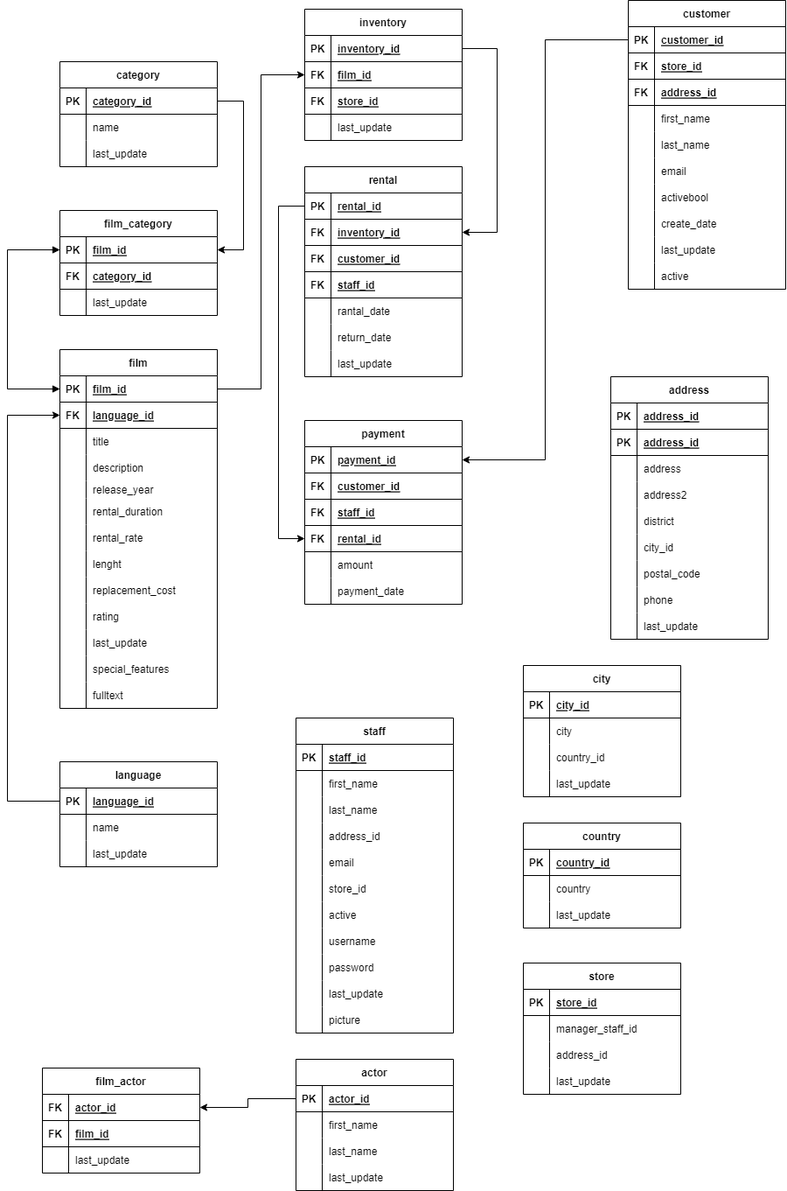
This is DVD Rental ER Model.drawio.png from MarianSulik/DE_diagrams, a draw.io export, as it was before one commit. Source tidied: cells renumbered, new cells last; positions are measured from the earlier drawing's top-left corner, leaving out a move shared by most shapes.
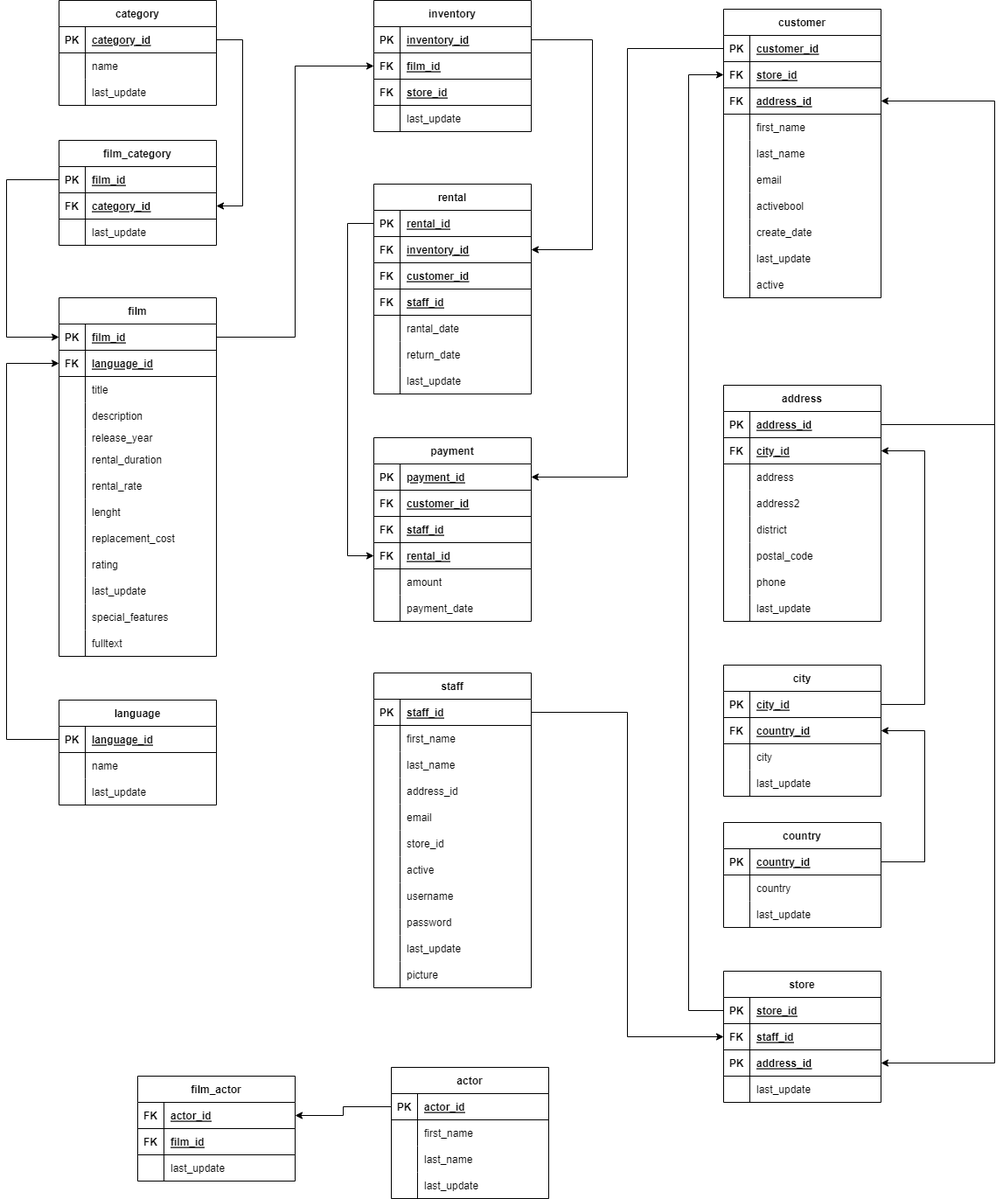
The same file after the commit.

The edit, as a diff of the source:
```diff
@@ -5,3 +5,3 @@
     <mxCell id="2" value="category" style="shape=table;startSize=30;rowLines=0;fontStyle=1;align=center;" parent="1" vertex="1">
-      <mxGeometry x="60" y="70" width="180" height="120" as="geometry" />
+      <mxGeometry x="-50" y="-10" width="180" height="120" as="geometry" />
     </mxCell>
@@ -35,3 +35,3 @@
     <mxCell id="12" value="film_category" style="shape=table;startSize=30;rowLines=0;fontStyle=1;align=center;" parent="1" vertex="1">
-      <mxGeometry x="60" y="240" width="180" height="120" as="geometry" />
+      <mxGeometry x="-50" y="150" width="180" height="120" as="geometry" />
     </mxCell>
@@ -65,3 +65,3 @@
     <mxCell id="22" value="language" style="shape=table;startSize=30;rowLines=0;fontStyle=1;align=center;" parent="1" vertex="1">
-      <mxGeometry x="60" y="870" width="180" height="120" as="geometry" />
+      <mxGeometry x="-50" y="790" width="180" height="120" as="geometry" />
     </mxCell>
@@ -95,3 +95,3 @@
     <mxCell id="32" value="film" style="shape=table;startSize=30;rowLines=0;fontStyle=1;align=center;" parent="1" vertex="1">
-      <mxGeometry x="60" y="399" width="180" height="410" as="geometry" />
+      <mxGeometry x="-50" y="330" width="180" height="410" as="geometry" />
     </mxCell>
@@ -245,3 +245,3 @@
     <mxCell id="82" value="inventory" style="shape=table;startSize=30;rowLines=0;fontStyle=1;align=center;" parent="1" vertex="1">
-      <mxGeometry x="340" y="10" width="180" height="150" as="geometry" />
+      <mxGeometry x="310" y="-10" width="180" height="150" as="geometry" />
     </mxCell>
@@ -284,3 +284,3 @@
     <mxCell id="95" value="rental" style="shape=table;startSize=30;rowLines=0;fontStyle=1;align=center;" parent="1" vertex="1">
-      <mxGeometry x="340" y="190" width="180" height="240" as="geometry" />
+      <mxGeometry x="310" y="200" width="180" height="240" as="geometry" />
     </mxCell>
@@ -350,3 +350,3 @@
     <mxCell id="117" value="payment" style="shape=table;startSize=30;rowLines=0;fontStyle=1;align=center;" parent="1" vertex="1">
-      <mxGeometry x="340" y="480" width="180" height="210" as="geometry" />
+      <mxGeometry x="310" y="490" width="180" height="210" as="geometry" />
     </mxCell>
@@ -407,3 +407,3 @@
     <mxCell id="136" value="staff" style="shape=table;startSize=30;rowLines=0;fontStyle=1;align=center;" parent="1" vertex="1">
-      <mxGeometry x="330" y="820" width="180" height="360" as="geometry" />
+      <mxGeometry x="310" y="759" width="180" height="360" as="geometry" />
     </mxCell>
@@ -641,22 +641,22 @@
     <mxCell id="214" value="address" style="shape=table;startSize=30;rowLines=0;fontStyle=1;align=center;" parent="1" vertex="1">
-      <mxGeometry x="690" y="430" width="180" height="300" as="geometry" />
+      <mxGeometry x="710" y="430" width="180" height="270" as="geometry" />
     </mxCell>
+    <mxCell id="286" style="shape=tableRow;horizontal=0;startSize=0;swimlaneHead=0;swimlaneBody=0;fillColor=none;points=[[0,0.5],[1,0.5]];portConstraint=eastwest;top=0;left=0;right=0;bottom=1;" parent="214" vertex="1">
+      <mxGeometry y="30" width="180" height="30" as="geometry" />
+    </mxCell>
+    <mxCell id="287" value="PK" style="shape=partialRectangle;fillColor=none;top=0;left=0;bottom=0;right=0;fontStyle=1;overflow=hidden;" parent="286" vertex="1">
+      <mxGeometry width="30" height="30" as="geometry" />
+    </mxCell>
+    <mxCell id="288" value="address_id" style="shape=partialRectangle;fillColor=none;top=0;left=0;bottom=0;right=0;align=left;spacingLeft=6;fontStyle=5;overflow=hidden;" parent="286" vertex="1">
+      <mxGeometry x="30" width="150" height="30" as="geometry" />
+    </mxCell>
     <mxCell id="215" style="shape=tableRow;horizontal=0;startSize=0;swimlaneHead=0;swimlaneBody=0;fillColor=none;points=[[0,0.5],[1,0.5]];portConstraint=eastwest;top=0;left=0;right=0;bottom=1;" parent="214" vertex="1">
-      <mxGeometry y="30" width="180" height="30" as="geometry" />
+      <mxGeometry y="60" width="180" height="30" as="geometry" />
     </mxCell>
-    <mxCell id="216" value="PK" style="shape=partialRectangle;fillColor=none;top=0;left=0;bottom=0;right=0;fontStyle=1;overflow=hidden;" parent="215" vertex="1">
+    <mxCell id="216" value="FK" style="shape=partialRectangle;fillColor=none;top=0;left=0;bottom=0;right=0;fontStyle=1;overflow=hidden;" parent="215" vertex="1">
       <mxGeometry width="30" height="30" as="geometry" />
     </mxCell>
-    <mxCell id="217" value="address_id" style="shape=partialRectangle;fillColor=none;top=0;left=0;bottom=0;right=0;align=left;spacingLeft=6;fontStyle=5;overflow=hidden;" parent="215" vertex="1">
+    <mxCell id="217" value="city_id" style="shape=partialRectangle;fillColor=none;top=0;left=0;bottom=0;right=0;align=left;spacingLeft=6;fontStyle=5;overflow=hidden;" parent="215" vertex="1">
       <mxGeometry x="30" width="150" height="30" as="geometry" />
     </mxCell>
-    <mxCell id="218" style="shape=tableRow;horizontal=0;startSize=0;swimlaneHead=0;swimlaneBody=0;fillColor=none;top=0;left=0;right=0;bottom=1;" parent="214" vertex="1">
-      <mxGeometry y="60" width="180" height="30" as="geometry" />
-    </mxCell>
-    <mxCell id="219" value="PK" style="shape=partialRectangle;fillColor=none;top=0;left=0;bottom=0;right=0;fontStyle=1;overflow=hidden;" parent="218" vertex="1">
-      <mxGeometry width="30" height="30" as="geometry" />
-    </mxCell>
-    <mxCell id="220" value="address_id" style="shape=partialRectangle;fillColor=none;top=0;left=0;bottom=0;right=0;align=left;spacingLeft=6;fontStyle=5;overflow=hidden;" parent="218" vertex="1">
-      <mxGeometry x="30" width="150" height="30" as="geometry" />
-    </mxCell>
     <mxCell id="221" style="shape=tableRow;horizontal=0;startSize=0;swimlaneHead=0;swimlaneBody=0;fillColor=none;top=0;left=0;right=0;bottom=0;" parent="214" vertex="1">
@@ -688,13 +688,4 @@
     </mxCell>
-    <mxCell id="230" style="shape=tableRow;horizontal=0;startSize=0;swimlaneHead=0;swimlaneBody=0;fillColor=none;top=0;left=0;right=0;bottom=0;" parent="214" vertex="1">
-      <mxGeometry y="180" width="180" height="30" as="geometry" />
-    </mxCell>
-    <mxCell id="231" style="shape=partialRectangle;fillColor=none;top=0;left=0;bottom=0;right=0;overflow=hidden;" parent="230" vertex="1">
-      <mxGeometry width="30" height="30" as="geometry" />
-    </mxCell>
-    <mxCell id="232" value="city_id" style="shape=partialRectangle;fillColor=none;top=0;left=0;bottom=0;right=0;align=left;spacingLeft=6;overflow=hidden;" parent="230" vertex="1">
-      <mxGeometry x="30" width="150" height="30" as="geometry" />
-    </mxCell>
     <mxCell id="233" style="shape=tableRow;horizontal=0;startSize=0;swimlaneHead=0;swimlaneBody=0;fillColor=none;top=0;left=0;right=0;bottom=0;" parent="214" vertex="1">
-      <mxGeometry y="210" width="180" height="30" as="geometry" />
+      <mxGeometry y="180" width="180" height="30" as="geometry" />
     </mxCell>
@@ -707,3 +698,3 @@
     <mxCell id="236" style="shape=tableRow;horizontal=0;startSize=0;swimlaneHead=0;swimlaneBody=0;fillColor=none;top=0;left=0;right=0;bottom=0;" parent="214" vertex="1">
-      <mxGeometry y="240" width="180" height="30" as="geometry" />
+      <mxGeometry y="210" width="180" height="30" as="geometry" />
     </mxCell>
@@ -716,3 +707,3 @@
     <mxCell id="239" style="shape=tableRow;horizontal=0;startSize=0;swimlaneHead=0;swimlaneBody=0;fillColor=none;top=0;left=0;right=0;bottom=0;" parent="214" vertex="1">
-      <mxGeometry y="270" width="180" height="30" as="geometry" />
+      <mxGeometry y="240" width="180" height="30" as="geometry" />
     </mxCell>
@@ -725,3 +716,3 @@
     <mxCell id="242" value="city" style="shape=table;startSize=30;rowLines=0;fontStyle=1;align=center;" parent="1" vertex="1">
-      <mxGeometry x="590" y="760" width="180" height="150" as="geometry" />
+      <mxGeometry x="710" y="750" width="180" height="150" as="geometry" />
     </mxCell>
@@ -736,4 +727,13 @@
     </mxCell>
+    <mxCell id="289" style="shape=tableRow;horizontal=0;startSize=0;swimlaneHead=0;swimlaneBody=0;fillColor=none;points=[[0,0.5],[1,0.5]];portConstraint=eastwest;top=0;left=0;right=0;bottom=1;" parent="242" vertex="1">
+      <mxGeometry y="60" width="180" height="30" as="geometry" />
+    </mxCell>
+    <mxCell id="290" value="FK" style="shape=partialRectangle;fillColor=none;top=0;left=0;bottom=0;right=0;fontStyle=1;overflow=hidden;" parent="289" vertex="1">
+      <mxGeometry width="30" height="30" as="geometry" />
+    </mxCell>
+    <mxCell id="251" value="country_id" style="shape=partialRectangle;fillColor=none;top=0;left=0;bottom=0;right=0;align=left;spacingLeft=6;fontStyle=5;overflow=hidden;" parent="289" vertex="1">
+      <mxGeometry x="30" width="150" height="30" as="geometry" />
+    </mxCell>
     <mxCell id="246" style="shape=tableRow;horizontal=0;startSize=0;swimlaneHead=0;swimlaneBody=0;fillColor=none;top=0;left=0;right=0;bottom=0;" parent="242" vertex="1">
-      <mxGeometry y="60" width="180" height="30" as="geometry" />
+      <mxGeometry y="90" width="180" height="30" as="geometry" />
     </mxCell>
@@ -745,11 +745,2 @@
     </mxCell>
-    <mxCell id="249" style="shape=tableRow;horizontal=0;startSize=0;swimlaneHead=0;swimlaneBody=0;fillColor=none;top=0;left=0;right=0;bottom=0;" parent="242" vertex="1">
-      <mxGeometry y="90" width="180" height="30" as="geometry" />
-    </mxCell>
-    <mxCell id="250" style="shape=partialRectangle;fillColor=none;top=0;left=0;bottom=0;right=0;overflow=hidden;" parent="249" vertex="1">
-      <mxGeometry width="30" height="30" as="geometry" />
-    </mxCell>
-    <mxCell id="251" value="country_id" style="shape=partialRectangle;fillColor=none;top=0;left=0;bottom=0;right=0;align=left;spacingLeft=6;overflow=hidden;" parent="249" vertex="1">
-      <mxGeometry x="30" width="150" height="30" as="geometry" />
-    </mxCell>
     <mxCell id="252" style="shape=tableRow;horizontal=0;startSize=0;swimlaneHead=0;swimlaneBody=0;fillColor=none;top=0;left=0;right=0;bottom=0;" parent="242" vertex="1">
@@ -764,3 +755,3 @@
     <mxCell id="255" value="country" style="shape=table;startSize=30;rowLines=0;fontStyle=1;align=center;" parent="1" vertex="1">
-      <mxGeometry x="590" y="940" width="180" height="120" as="geometry" />
+      <mxGeometry x="710" y="930" width="180" height="120" as="geometry" />
     </mxCell>
@@ -794,3 +785,3 @@
     <mxCell id="265" value="store" style="shape=table;startSize=30;rowLines=0;fontStyle=1;align=center;" parent="1" vertex="1">
-      <mxGeometry x="590" y="1100" width="180" height="150" as="geometry" />
+      <mxGeometry x="710" y="1100" width="180" height="150" as="geometry" />
     </mxCell>
@@ -805,20 +796,20 @@
     </mxCell>
-    <mxCell id="269" style="shape=tableRow;horizontal=0;startSize=0;swimlaneHead=0;swimlaneBody=0;fillColor=none;top=0;left=0;right=0;bottom=0;" parent="265" vertex="1">
-      <mxGeometry y="60" width="180" height="30" as="geometry" />
-    </mxCell>
-    <mxCell id="270" style="shape=partialRectangle;fillColor=none;top=0;left=0;bottom=0;right=0;overflow=hidden;" parent="269" vertex="1">
-      <mxGeometry width="30" height="30" as="geometry" />
-    </mxCell>
-    <mxCell id="271" value="manager_staff_id" style="shape=partialRectangle;fillColor=none;top=0;left=0;bottom=0;right=0;align=left;spacingLeft=6;overflow=hidden;" parent="269" vertex="1">
-      <mxGeometry x="30" width="150" height="30" as="geometry" />
-    </mxCell>
-    <mxCell id="272" style="shape=tableRow;horizontal=0;startSize=0;swimlaneHead=0;swimlaneBody=0;fillColor=none;top=0;left=0;right=0;bottom=0;" parent="265" vertex="1">
-      <mxGeometry y="90" width="180" height="30" as="geometry" />
-    </mxCell>
-    <mxCell id="273" style="shape=partialRectangle;fillColor=none;top=0;left=0;bottom=0;right=0;overflow=hidden;" parent="272" vertex="1">
-      <mxGeometry width="30" height="30" as="geometry" />
-    </mxCell>
-    <mxCell id="274" value="address_id" style="shape=partialRectangle;fillColor=none;top=0;left=0;bottom=0;right=0;align=left;spacingLeft=6;overflow=hidden;" parent="272" vertex="1">
-      <mxGeometry x="30" width="150" height="30" as="geometry" />
-    </mxCell>
+    <mxCell id="291" style="shape=tableRow;horizontal=0;startSize=0;swimlaneHead=0;swimlaneBody=0;fillColor=none;points=[[0,0.5],[1,0.5]];portConstraint=eastwest;top=0;left=0;right=0;bottom=1;" parent="265" vertex="1">
+      <mxGeometry y="60" width="180" height="30" as="geometry" />
+    </mxCell>
+    <mxCell id="292" value="FK" style="shape=partialRectangle;fillColor=none;top=0;left=0;bottom=0;right=0;fontStyle=1;overflow=hidden;" parent="291" vertex="1">
+      <mxGeometry width="30" height="30" as="geometry" />
+    </mxCell>
+    <mxCell id="293" value="staff_id" style="shape=partialRectangle;fillColor=none;top=0;left=0;bottom=0;right=0;align=left;spacingLeft=6;fontStyle=5;overflow=hidden;" parent="291" vertex="1">
+      <mxGeometry x="30" width="150" height="30" as="geometry" />
+    </mxCell>
+    <mxCell id="294" style="shape=tableRow;horizontal=0;startSize=0;swimlaneHead=0;swimlaneBody=0;fillColor=none;points=[[0,0.5],[1,0.5]];portConstraint=eastwest;top=0;left=0;right=0;bottom=1;" parent="265" vertex="1">
+      <mxGeometry y="90" width="180" height="30" as="geometry" />
+    </mxCell>
+    <mxCell id="295" value="PK" style="shape=partialRectangle;fillColor=none;top=0;left=0;bottom=0;right=0;fontStyle=1;overflow=hidden;" parent="294" vertex="1">
+      <mxGeometry width="30" height="30" as="geometry" />
+    </mxCell>
+    <mxCell id="296" value="address_id" style="shape=partialRectangle;fillColor=none;top=0;left=0;bottom=0;right=0;align=left;spacingLeft=6;fontStyle=5;overflow=hidden;" parent="294" vertex="1">
+      <mxGeometry x="30" width="150" height="30" as="geometry" />
+    </mxCell>
     <mxCell id="275" style="shape=tableRow;horizontal=0;startSize=0;swimlaneHead=0;swimlaneBody=0;fillColor=none;top=0;left=0;right=0;bottom=0;" parent="265" vertex="1">
@@ -832,10 +823,2 @@
     </mxCell>
-    <mxCell id="278" style="edgeStyle=orthogonalEdgeStyle;rounded=0;jettySize=auto;html=1;exitX=1;exitY=0.5;exitDx=0;exitDy=0;entryX=1;entryY=0.5;entryDx=0;entryDy=0;" parent="1" edge="1" source="3" target="13">
-      <mxGeometry relative="1" as="geometry">
-        <Array as="points">
-          <mxPoint x="270" y="115" />
-          <mxPoint x="270" y="285" />
-        </Array>
-      </mxGeometry>
-    </mxCell>
     <mxCell id="279" style="edgeStyle=orthogonalEdgeStyle;rounded=0;jettySize=auto;html=1;exitX=0;exitY=0.5;exitDx=0;exitDy=0;entryX=0;entryY=0.5;entryDx=0;entryDy=0;" parent="1" edge="1" source="23" target="36">
@@ -843,4 +826,4 @@
         <Array as="points">
-          <mxPoint y="915" />
-          <mxPoint y="474" />
+          <mxPoint x="-110" y="835" />
+          <mxPoint x="-110" y="405" />
         </Array>
@@ -851,10 +834,2 @@
     </mxCell>
-    <mxCell id="281" style="endArrow=block;startArrow=block;endFill=1;startFill=1;html=1;rounded=0;exitX=0;exitY=0.5;exitDx=0;exitDy=0;entryX=0;entryY=0.5;entryDx=0;entryDy=0;" parent="1" edge="1" source="13" target="33">
-      <mxGeometry relative="1" as="geometry">
-        <Array as="points">
-          <mxPoint y="285" />
-          <mxPoint y="444" />
-        </Array>
-      </mxGeometry>
-    </mxCell>
     <mxCell id="282" style="edgeStyle=orthogonalEdgeStyle;rounded=0;jettySize=auto;html=1;exitX=1;exitY=0.5;exitDx=0;exitDy=0;entryX=0;entryY=0.5;entryDx=0;entryDy=0;" parent="1" edge="1" source="33" target="86">
@@ -865,4 +840,4 @@
         <Array as="points">
-          <mxPoint x="560" y="55" />
-          <mxPoint x="560" y="265" />
+          <mxPoint x="560" y="35" />
+          <mxPoint x="560" y="275" />
         </Array>
@@ -876,4 +851,4 @@
         <Array as="points">
-          <mxPoint x="310" y="235" />
-          <mxPoint x="310" y="615" />
+          <mxPoint x="280" y="245" />
+          <mxPoint x="280" y="625" />
         </Array>
@@ -881,2 +856,62 @@
     </mxCell>
+    <mxCell id="297" style="edgeStyle=orthogonalEdgeStyle;rounded=0;jettySize=auto;html=1;exitX=1;exitY=0.5;exitDx=0;exitDy=0;entryX=1;entryY=0.5;entryDx=0;entryDy=0;" parent="1" edge="1" source="215" target="190">
+      <mxGeometry relative="1" as="geometry">
+        <Array as="points">
+          <mxPoint x="890" y="475" />
+          <mxPoint x="1020" y="475" />
+          <mxPoint x="1020" y="105" />
+        </Array>
+      </mxGeometry>
+    </mxCell>
+    <mxCell id="298" style="edgeStyle=orthogonalEdgeStyle;rounded=0;jettySize=auto;html=1;exitX=1;exitY=0.5;exitDx=0;exitDy=0;entryX=1;entryY=0.5;entryDx=0;entryDy=0;" parent="1" edge="1" source="243" target="215">
+      <mxGeometry relative="1" as="geometry">
+        <Array as="points">
+          <mxPoint x="940" y="795" />
+          <mxPoint x="940" y="505" />
+        </Array>
+      </mxGeometry>
+    </mxCell>
+    <mxCell id="299" style="edgeStyle=orthogonalEdgeStyle;rounded=0;jettySize=auto;html=1;exitX=1;exitY=0.5;exitDx=0;exitDy=0;entryX=1;entryY=0.5;entryDx=0;entryDy=0;" parent="1" edge="1" source="256" target="289">
+      <mxGeometry relative="1" as="geometry">
+        <Array as="points">
+          <mxPoint x="940" y="975" />
+          <mxPoint x="940" y="825" />
+        </Array>
+      </mxGeometry>
+    </mxCell>
+    <mxCell id="300" style="edgeStyle=orthogonalEdgeStyle;rounded=0;jettySize=auto;html=1;exitX=0;exitY=0.5;exitDx=0;exitDy=0;entryX=0;entryY=0.5;entryDx=0;entryDy=0;" parent="1" edge="1" source="266" target="187">
+      <mxGeometry relative="1" as="geometry">
+        <Array as="points">
+          <mxPoint x="670" y="1145" />
+          <mxPoint x="670" y="75" />
+        </Array>
+      </mxGeometry>
+    </mxCell>
+    <mxCell id="301" style="edgeStyle=orthogonalEdgeStyle;rounded=0;jettySize=auto;html=1;exitX=1;exitY=0.5;exitDx=0;exitDy=0;entryX=1;entryY=0.5;entryDx=0;entryDy=0;" parent="1" edge="1" source="286" target="294">
+      <mxGeometry relative="1" as="geometry">
+        <Array as="points">
+          <mxPoint x="1020" y="475" />
+          <mxPoint x="1020" y="1205" />
+        </Array>
+      </mxGeometry>
+    </mxCell>
+    <mxCell id="302" style="edgeStyle=orthogonalEdgeStyle;rounded=0;jettySize=auto;html=1;exitX=1;exitY=0.5;exitDx=0;exitDy=0;entryX=0;entryY=0.5;entryDx=0;entryDy=0;" parent="1" edge="1" source="137" target="291">
+      <mxGeometry relative="1" as="geometry" />
+    </mxCell>
+    <mxCell id="303" style="edgeStyle=orthogonalEdgeStyle;rounded=0;jettySize=auto;html=1;exitX=1;exitY=0.5;exitDx=0;exitDy=0;entryX=1;entryY=0.5;entryDx=0;entryDy=0;" parent="1" edge="1" source="3" target="16">
+      <mxGeometry relative="1" as="geometry">
+        <Array as="points">
+          <mxPoint x="160" y="35" />
+          <mxPoint x="160" y="225" />
+        </Array>
+      </mxGeometry>
+    </mxCell>
+    <mxCell id="281" style="edgeStyle=orthogonalEdgeStyle;rounded=0;jettySize=auto;html=1;exitX=0;exitY=0.5;exitDx=0;exitDy=0;entryX=0;entryY=0.5;entryDx=0;entryDy=0;" parent="1" edge="1" source="13" target="33">
+      <mxGeometry relative="1" as="geometry">
+        <Array as="points">
+          <mxPoint x="-110" y="195" />
+          <mxPoint x="-110" y="375" />
+        </Array>
+      </mxGeometry>
+    </mxCell>
   </root>
```
